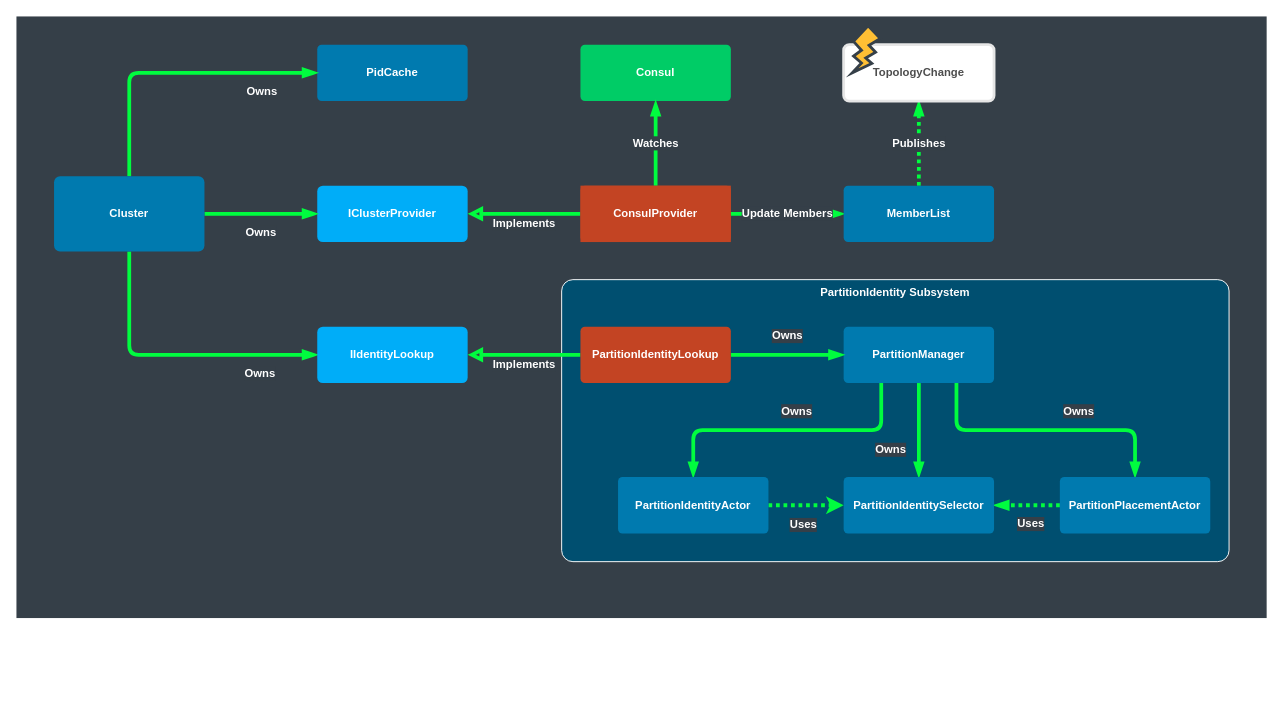
Earlier version of the draw.io diagram page "cluster-architecture" (13 of 13) of hugo/content/docs/cluster/intro/clusterintro.drawio (asynkron/protoactor-website). Source tidied: cells renumbered, new cells numbered last; positions are measured from the earlier drawing's top-left corner, leaving out a move shared by most shapes. Both pictures are drawn from the tidied source at 94%, with x=0, y=0 at pixel (16, 16).
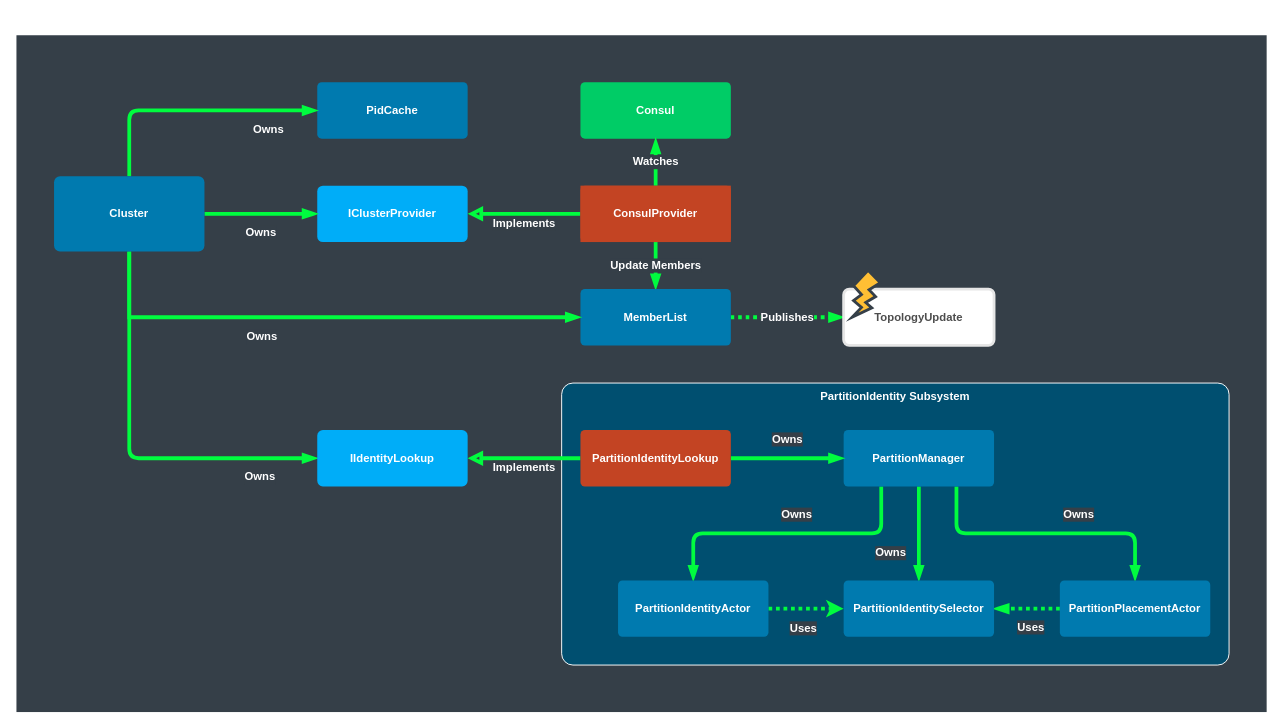
The same page after the edit.

Unchanged cells that the change refers to:
```xml
<mxCell id="19" value="Cluster" style="rounded=1;whiteSpace=wrap;html=1;fontStyle=1;strokeColor=none;fontColor=#FFFFFF;fillColor=#007AAF;arcSize=8;" parent="1" vertex="1">
  <mxGeometry x="40" y="170" width="160" height="80" as="geometry" />
</mxCell>
<mxCell id="30" value="ConsulProvider" style="rounded=1;whiteSpace=wrap;html=1;fontStyle=1;strokeColor=none;fontColor=#FFFFFF;arcSize=8;verticalAlign=middle;fillColor=#C34423;" parent="1" vertex="1">
  <mxGeometry x="600" y="180" width="160" height="60" as="geometry" />
</mxCell>
```

Diff of the diagram source:
```diff
@@
     <mxCell id="2" style="rounded=0;whiteSpace=wrap;html=1;fontColor=#FFFFFF;strokeColor=none;fillColor=#353F48;" parent="1" vertex="1">
-      <mxGeometry width="1330" height="640" as="geometry" />
+      <mxGeometry y="20" width="1330" height="720" as="geometry" />
     </mxCell>
     <mxCell id="3" value="PartitionIdentity Subsystem" style="rounded=1;whiteSpace=wrap;html=1;shadow=0;glass=0;strokeWidth=1;fontSize=12;arcSize=4;verticalAlign=top;fontColor=#FFFFFF;fontStyle=1;fillColor=#004F70;strokeColor=#FFFFFF;" parent="1" vertex="1">
-      <mxGeometry x="580" y="280" width="710" height="300" as="geometry" />
+      <mxGeometry x="580" y="390" width="710" height="300" as="geometry" />
     </mxCell>
-    <mxCell id="4" value="Update Members" style="edgeStyle=orthogonalEdgeStyle;rounded=0;jettySize=auto;html=1;strokeColor=#00FC3F;strokeWidth=4;fontStyle=1;fontColor=#FFFFFF;labelBackgroundColor=#353F48;fontSize=12;endArrow=blockThin;endFill=1;" parent="1" edge="1" source="30" target="7">
+    <mxCell id="4" value="Update Members" style="rounded=0;jettySize=auto;html=1;strokeColor=#00FC3F;strokeWidth=4;fontStyle=1;fontColor=#FFFFFF;labelBackgroundColor=#353F48;fontSize=12;endArrow=blockThin;endFill=1;" parent="1" edge="1" source="30" target="7">
       <mxGeometry relative="1" as="geometry" />
     </mxCell>
@@
     <mxCell id="7" value="MemberList" style="rounded=1;whiteSpace=wrap;html=1;fontStyle=1;strokeColor=none;fontColor=#FFFFFF;fillColor=#007AAF;arcSize=8;" parent="1" vertex="1">
-      <mxGeometry x="880" y="180" width="160" height="60" as="geometry" />
+      <mxGeometry x="600" y="290" width="160" height="60" as="geometry" />
     </mxCell>
@@
     <mxCell id="9" value="PidCache" style="rounded=1;whiteSpace=wrap;html=1;fontStyle=1;strokeColor=none;fontColor=#FFFFFF;fillColor=#007AAF;arcSize=8;" parent="1" vertex="1">
-      <mxGeometry x="320" y="30" width="160" height="60" as="geometry" />
+      <mxGeometry x="320" y="70" width="160" height="60" as="geometry" />
     </mxCell>
@@
     <mxCell id="13" value="PartitionManager" style="rounded=1;whiteSpace=wrap;html=1;fontStyle=1;strokeColor=none;fontColor=#FFFFFF;fillColor=#007AAF;arcSize=8;" parent="1" vertex="1">
-      <mxGeometry x="880" y="330" width="160" height="60" as="geometry" />
+      <mxGeometry x="880" y="440" width="160" height="60" as="geometry" />
     </mxCell>
@@
     <mxCell id="15" value="PartitionIdentityActor" style="rounded=1;whiteSpace=wrap;html=1;fontStyle=1;strokeColor=none;fontColor=#FFFFFF;fillColor=#007AAF;arcSize=8;" parent="1" vertex="1">
-      <mxGeometry x="640" y="490" width="160" height="60" as="geometry" />
+      <mxGeometry x="640" y="600" width="160" height="60" as="geometry" />
     </mxCell>
@@
     <mxCell id="17" value="Owns" style="edgeStyle=orthogonalEdgeStyle;rounded=1;jettySize=auto;html=1;endArrow=blockThin;endFill=1;strokeColor=#00FC3F;strokeWidth=4;fontStyle=1;fontColor=#FFFFFF;labelBackgroundColor=#353F48;fontSize=12;" parent="1" edge="1" source="19" target="20">
-      <mxGeometry x="0.61" y="-20" relative="1" as="geometry">
+      <mxGeometry x="0.71" y="-20" relative="1" as="geometry">
         <Array as="points">
-          <mxPoint x="120" y="360" />
+          <mxPoint x="120" y="470" />
         </Array>
-        <mxPoint x="-1" as="offset" />
       </mxGeometry>
     </mxCell>
     <mxCell id="18" value="Owns" style="edgeStyle=orthogonalEdgeStyle;rounded=1;jettySize=auto;html=1;endArrow=blockThin;endFill=1;strokeColor=#00FC3F;strokeWidth=4;fontStyle=1;fontColor=#FFFFFF;labelBackgroundColor=#353F48;fontSize=12;" parent="1" edge="1" source="19" target="9">
       <mxGeometry x="0.61" y="-20" relative="1" as="geometry">
         <Array as="points">
-          <mxPoint x="120" y="60" />
+          <mxPoint x="120" y="100" />
         </Array>
         <mxPoint x="1" as="offset" />
       </mxGeometry>
     </mxCell>
+    <mxCell id="34" style="rounded=0;jettySize=auto;html=1;endArrow=blockThin;endFill=1;strokeColor=#00FC3F;strokeWidth=4;fontStyle=1;fontColor=#FFFFFF;labelBackgroundColor=#353F48;fontSize=12;edgeStyle=orthogonalEdgeStyle;" parent="1" edge="1" source="19" target="7">
+      <mxGeometry relative="1" as="geometry">
+        <Array as="points">
+          <mxPoint x="120" y="320" />
+        </Array>
+      </mxGeometry>
+    </mxCell>
+    <mxCell id="35" value="Owns" style="edgeLabel;html=1;align=center;verticalAlign=middle;fontSize=12;fontColor=#FFFFFF;labelBackgroundColor=#353F48;fontStyle=1;" parent="34" vertex="1">
+      <mxGeometry x="-0.22" y="3" relative="1" as="geometry">
+        <mxPoint x="-4.3" y="23" as="offset" />
+      </mxGeometry>
+    </mxCell>
@@
     <mxCell id="20" value="IIdentityLookup" style="rounded=1;whiteSpace=wrap;html=1;strokeColor=none;fontStyle=1;fontColor=#FFFFFF;fillColor=#00ADF8;arcSize=10;" parent="1" vertex="1">
-      <mxGeometry x="320" y="330" width="160" height="60" as="geometry" />
+      <mxGeometry x="320" y="440" width="160" height="60" as="geometry" />
     </mxCell>
@@
     <mxCell id="24" value="PartitionPlacementActor" style="rounded=1;whiteSpace=wrap;html=1;fontStyle=1;strokeColor=none;fontColor=#FFFFFF;fillColor=#007AAF;arcSize=8;" parent="1" vertex="1">
-      <mxGeometry x="1110" y="490" width="160" height="60" as="geometry" />
+      <mxGeometry x="1110" y="600" width="160" height="60" as="geometry" />
     </mxCell>
     <mxCell id="25" value="PartitionIdentitySelector" style="rounded=1;whiteSpace=wrap;html=1;fontStyle=1;strokeColor=none;fontColor=#FFFFFF;fillColor=#007AAF;arcSize=8;" parent="1" vertex="1">
-      <mxGeometry x="880" y="490" width="160" height="60" as="geometry" />
+      <mxGeometry x="880" y="600" width="160" height="60" as="geometry" />
     </mxCell>
     <mxCell id="26" value="PartitionIdentityLookup" style="rounded=1;whiteSpace=wrap;html=1;fontStyle=1;strokeColor=none;fontColor=#FFFFFF;arcSize=8;fillColor=#C34423;" parent="1" vertex="1">
-      <mxGeometry x="600" y="330" width="160" height="60" as="geometry" />
+      <mxGeometry x="600" y="440" width="160" height="60" as="geometry" />
     </mxCell>
@@
     <mxCell id="28" value="Consul" style="rounded=1;whiteSpace=wrap;html=1;fontStyle=1;strokeColor=none;fontColor=#FFFFFF;arcSize=8;fillColor=#00CC66;" parent="1" vertex="1">
-      <mxGeometry x="600" y="30" width="160" height="60" as="geometry" />
+      <mxGeometry x="600" y="70" width="160" height="60" as="geometry" />
     </mxCell>
@@
     <mxCell id="31" style="group;" parent="1" vertex="1">
-      <mxGeometry x="880" y="10" width="160" height="80" as="geometry" />
+      <mxGeometry x="880" y="270" width="160" height="80" as="geometry" />
     </mxCell>
-    <mxCell id="32" value="TopologyChange" style="rounded=1;whiteSpace=wrap;html=1;fontStyle=1;arcSize=10;strokeColor=#E6E6E6;strokeWidth=3;fontColor=#4D4D4D;" parent="31" vertex="1">
+    <mxCell id="32" value="TopologyUpdate" style="rounded=1;whiteSpace=wrap;html=1;fontStyle=1;arcSize=10;strokeColor=#E6E6E6;strokeWidth=3;fontColor=#4D4D4D;" parent="31" vertex="1">
       <mxGeometry y="20" width="160" height="60" as="geometry" />
     </mxCell>
```
